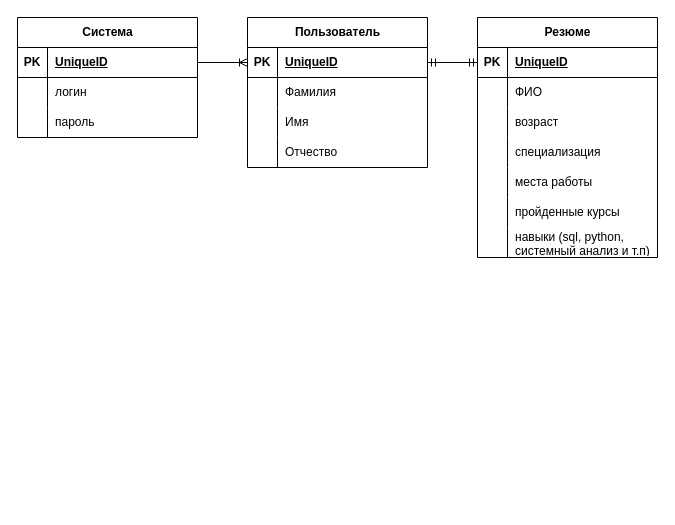
Before: Сервис по созданию резюме Тест.drawio in pytonuserouner/UML_study, a draw.io diagram. Source tidied: cells renumbered, new cells numbered last; positions are measured from the earlier drawing's top-left corner, leaving out a move shared by most shapes. Both pictures are drawn from the tidied source at 100%, with x=0, y=0 at pixel (17, 17).
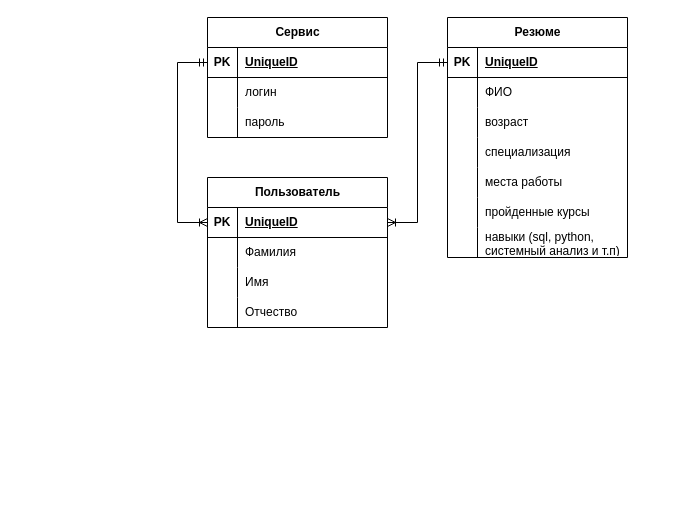
The same page after the edit.

Unchanged cells that the change refers to:
```xml
<mxCell id="4" style="shape=tableRow;horizontal=0;startSize=0;swimlaneHead=0;swimlaneBody=0;fillColor=none;points=[[0,0.5],[1,0.5]];portConstraint=eastwest;top=0;left=0;right=0;bottom=1;" parent="3" vertex="1">
  <mxGeometry y="30" width="180" height="30" as="geometry" />
</mxCell>
<mxCell id="18" style="shape=tableRow;horizontal=0;startSize=0;swimlaneHead=0;swimlaneBody=0;fillColor=none;points=[[0,0.5],[1,0.5]];portConstraint=eastwest;top=0;left=0;right=0;bottom=1;" parent="17" vertex="1">
  <mxGeometry y="30" width="180" height="30" as="geometry" />
</mxCell>
<mxCell id="28" style="shape=tableRow;horizontal=0;startSize=0;swimlaneHead=0;swimlaneBody=0;fillColor=none;points=[[0,0.5],[1,0.5]];portConstraint=eastwest;top=0;left=0;right=0;bottom=1;" parent="27" vertex="1">
  <mxGeometry y="30" width="180" height="30" as="geometry" />
</mxCell>
```

The edit, as a diff of the source:
```diff
@@
-    <mxCell id="2" style="edgeStyle=entityRelationEdgeStyle;fontSize=12;html=1;endArrow=ERoneToMany;rounded=0;entryX=0;entryY=0.5;entryDx=0;entryDy=0;exitX=1;exitY=0.5;exitDx=0;exitDy=0;" parent="1" edge="1" source="18" target="4">
-      <mxGeometry relative="1" as="geometry" />
-    </mxCell>
     <mxCell id="3" value="Пользователь" style="shape=table;startSize=30;childLayout=tableLayout;rowLines=0;fontStyle=1;align=center;html=1;" parent="1" vertex="1">
-      <mxGeometry x="230" width="180" height="150" as="geometry" />
+      <mxGeometry x="190" y="160" width="180" height="150" as="geometry" />
     </mxCell>
@@
-    <mxCell id="17" value="Система" style="shape=table;startSize=30;childLayout=tableLayout;rowLines=0;fontStyle=1;align=center;html=1;" parent="1" vertex="1">
-      <mxGeometry width="180" height="120" as="geometry" />
+    <mxCell id="17" value="Сервис" style="shape=table;startSize=30;childLayout=tableLayout;rowLines=0;fontStyle=1;align=center;html=1;" parent="1" vertex="1">
+      <mxGeometry x="190" width="180" height="120" as="geometry" />
     </mxCell>
@@
     <mxCell id="27" value="Резюме" style="shape=table;startSize=30;childLayout=tableLayout;rowLines=0;fontStyle=1;align=center;html=1;" parent="1" vertex="1">
-      <mxGeometry x="460" width="180" height="240" as="geometry" />
+      <mxGeometry x="430" width="180" height="240" as="geometry" />
     </mxCell>
@@
-    <mxCell id="49" style="edgeStyle=entityRelationEdgeStyle;fontSize=12;html=1;endArrow=ERmandOne;startArrow=ERmandOne;rounded=0;entryX=0;entryY=0.5;entryDx=0;entryDy=0;exitX=1;exitY=0.5;exitDx=0;exitDy=0;" parent="1" edge="1" source="4" target="28">
-      <mxGeometry relative="1" as="geometry" />
-    </mxCell>
+    <mxCell id="50" style="edgeStyle=entityRelationEdgeStyle;fontSize=12;html=1;endArrow=ERoneToMany;startArrow=ERmandOne;rounded=0;entryX=1;entryY=0.5;entryDx=0;entryDy=0;exitX=0;exitY=0.5;exitDx=0;exitDy=0;" parent="1" edge="1" source="28" target="4">
+      <mxGeometry relative="1" as="geometry" />
+    </mxCell>
+    <mxCell id="2" style="edgeStyle=orthogonalEdgeStyle;fontSize=12;html=1;endArrow=ERoneToMany;startArrow=ERmandOne;rounded=0;entryX=0;entryY=0.5;entryDx=0;entryDy=0;exitX=0;exitY=0.5;exitDx=0;exitDy=0;" parent="1" edge="1" source="18" target="4">
+      <mxGeometry relative="1" as="geometry">
+        <Array as="points">
+          <mxPoint x="160" y="45" />
+          <mxPoint x="160" y="205" />
+        </Array>
+      </mxGeometry>
+    </mxCell>
```
